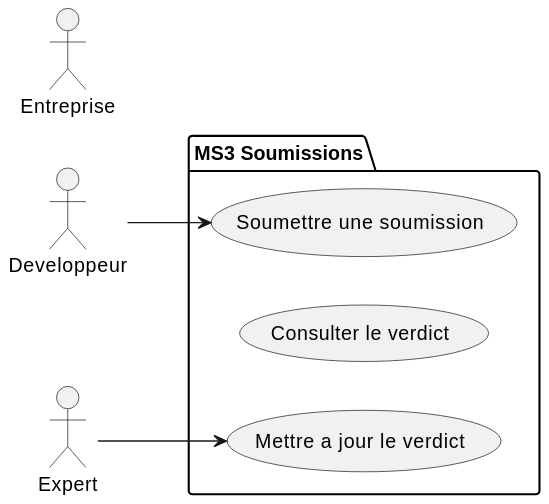
The PlantUML diagram docs/Diagrams/Submissions/ms3-submissions-use-case.svg in reemslama/mini-projet-web, before a commit. The source it was exported from:
```plantuml
@startuml
skinparam backgroundColor #FFFFFF
left to right direction
actor Developpeur
actor Expert
actor Entreprise

package "MS3 Soumissions" {
  usecase "Soumettre une soumission" as UC1
  usecase "Consulter le verdict" as UC2
  usecase "Mettre a jour le verdict" as UC3
}

Developpeur --> UC1
Expert --> UC3
@enduml
```
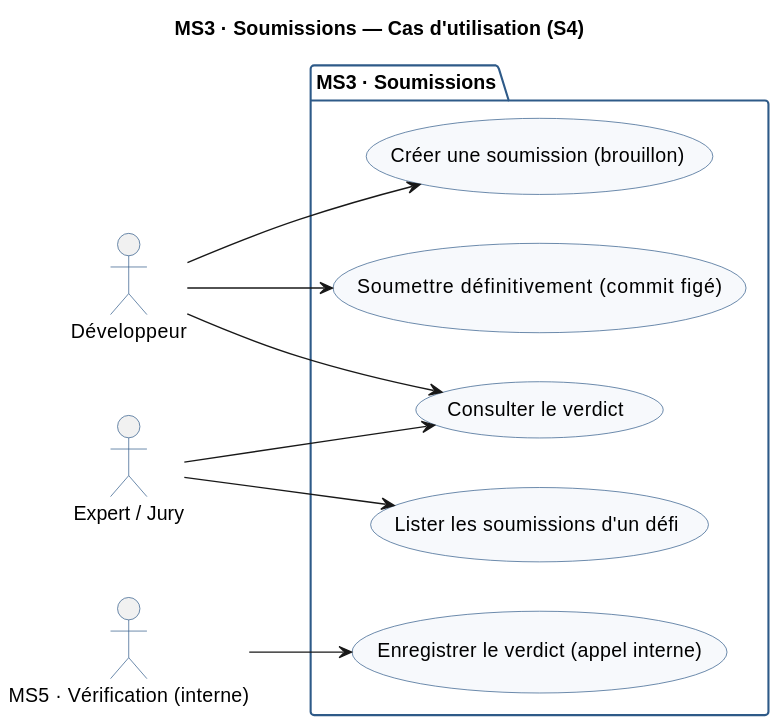
The same file after the commit.

What changed in the source:
```diff
@@ -1,16 +1,32 @@
 @startuml
+title MS3 · Soumissions — Cas d'utilisation (S4)
+
 skinparam backgroundColor #FFFFFF
+skinparam shadowing false
+skinparam FontName Helvetica
+skinparam FontSize 12
+skinparam UsecaseBackgroundColor #F7F9FC
+skinparam UsecaseBorderColor #2E5A88
+skinparam ActorBorderColor #2E5A88
+skinparam PackageBorderColor #2E5A88
+
 left to right direction
-actor Developpeur
-actor Expert
-actor Entreprise
+actor "Développeur" as DEV
+actor "Expert / Jury" as EXP
+actor "MS5 · Vérification (interne)" as MS5
 
-package "MS3 Soumissions" {
-  usecase "Soumettre une soumission" as UC1
-  usecase "Consulter le verdict" as UC2
-  usecase "Mettre a jour le verdict" as UC3
+package "MS3 · Soumissions" {
+  usecase "Créer une soumission (brouillon)" as UC1
+  usecase "Soumettre définitivement (commit figé)" as UC2
+  usecase "Consulter le verdict" as UC3
+  usecase "Lister les soumissions d'un défi" as UC4
+  usecase "Enregistrer le verdict (appel interne)" as UC5
 }
 
-Developpeur --> UC1
-Expert --> UC3
+DEV --> UC1
+DEV --> UC2
+DEV --> UC3
+EXP --> UC3
+EXP --> UC4
+MS5 --> UC5
 @enduml
```
